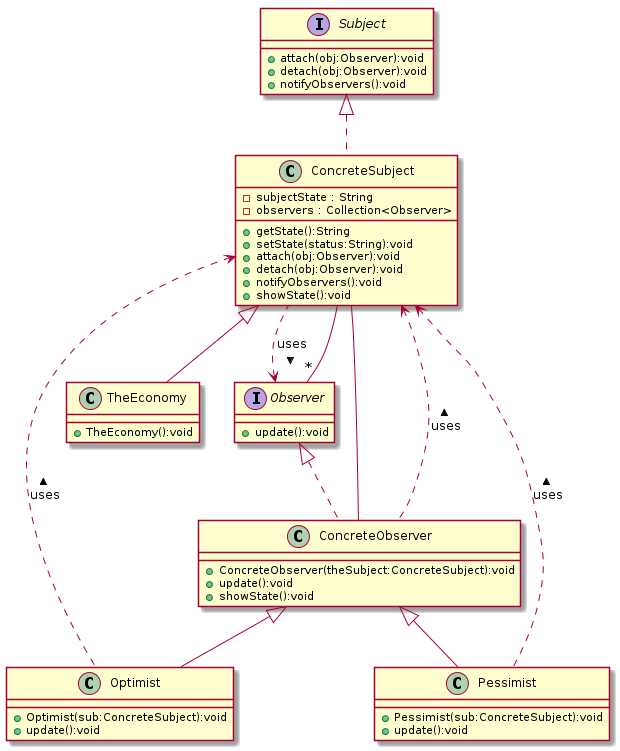
The PlantUML diagram Output-Diagrams/OutputClassDiagram3.png in amitakamat/Amita-Kamat-CMPE-202, before a commit.
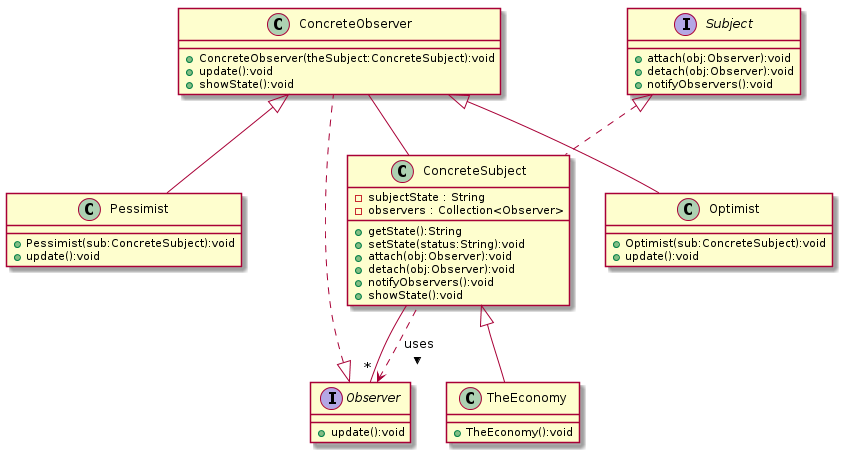
After the commit.

Change to the diagram source:
```diff
@@ -34,14 +34,11 @@
 + update():void
 }
 ConcreteObserver <|-- Optimist
-ConcreteSubject <.. Optimist : < uses
 Subject <|.. ConcreteSubject
 Observer <.. ConcreteSubject : < uses
 ConcreteSubject --"*" Observer
 ConcreteSubject <|-- TheEconomy
 Observer <|.. ConcreteObserver
-ConcreteSubject <.. ConcreteObserver : < uses
 ConcreteObserver -- ConcreteSubject
 ConcreteObserver <|-- Pessimist
-ConcreteSubject <.. Pessimist : < uses
 @enduml
```
